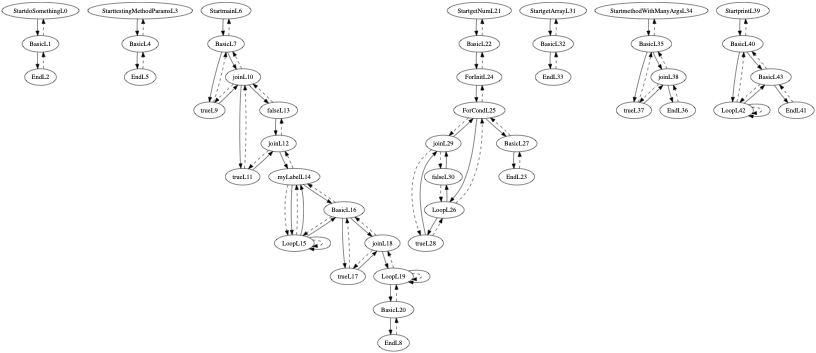
Before: target/classes/cfg.png, a diagram exported from Graphviz (thomassimko/thesis-code-duplication). Its source is kept beside it as target/classes/cfg.gv.
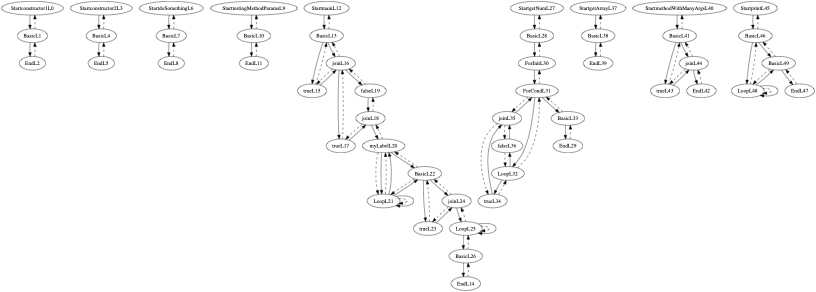
The same file after the commit.

Diff of the diagram source:
```diff
@@ -1,101 +1,109 @@
 digraph G {
 size ="8.5,11";
-StartdoSomethingL0 -> BasicL1
-BasicL1 -> StartdoSomethingL0 [style=dashed]
+Startconstructor1L0 -> BasicL1
+BasicL1 -> Startconstructor1L0 [style=dashed]
 BasicL1 -> EndL2
 EndL2 -> BasicL1 [style=dashed]
-StarttestingMethodParamsL3 -> BasicL4
-BasicL4 -> StarttestingMethodParamsL3 [style=dashed]
+Startconstructor2L3 -> BasicL4
+BasicL4 -> Startconstructor2L3 [style=dashed]
 BasicL4 -> EndL5
 EndL5 -> BasicL4 [style=dashed]
-StartmainL6 -> BasicL7
-BasicL7 -> StartmainL6 [style=dashed]
-BasicL7 -> trueL9
-trueL9 -> BasicL7 [style=dashed]
-trueL9 -> joinL10
-joinL10 -> trueL9 [style=dashed]
-joinL10 -> BasicL7 [style=dashed]
-joinL10 -> trueL11
-trueL11 -> joinL10 [style=dashed]
-trueL11 -> joinL12
-joinL12 -> trueL11 [style=dashed]
-joinL12 -> falseL13 [style=dashed]
-joinL12 -> myLabelL14
-myLabelL14 -> joinL12 [style=dashed]
-myLabelL14 -> LoopL15 [style=dashed]
-myLabelL14 -> LoopL15
-LoopL15 -> myLabelL14 [style=dashed]
-LoopL15 -> LoopL15 [style=dashed]
-LoopL15 -> myLabelL14
-LoopL15 -> LoopL15
-LoopL15 -> BasicL16
-BasicL16 -> myLabelL14 [style=dashed]
-BasicL16 -> LoopL15 [style=dashed]
-BasicL16 -> trueL17
-trueL17 -> BasicL16 [style=dashed]
+StartdoSomethingL6 -> BasicL7
+BasicL7 -> StartdoSomethingL6 [style=dashed]
+BasicL7 -> EndL8
+EndL8 -> BasicL7 [style=dashed]
+StarttestingMethodParamsL9 -> BasicL10
+BasicL10 -> StarttestingMethodParamsL9 [style=dashed]
+BasicL10 -> EndL11
+EndL11 -> BasicL10 [style=dashed]
+StartmainL12 -> BasicL13
+BasicL13 -> StartmainL12 [style=dashed]
+BasicL13 -> trueL15
+trueL15 -> BasicL13 [style=dashed]
+trueL15 -> joinL16
+joinL16 -> trueL15 [style=dashed]
+joinL16 -> BasicL13 [style=dashed]
+joinL16 -> trueL17
+trueL17 -> joinL16 [style=dashed]
 trueL17 -> joinL18
 joinL18 -> trueL17 [style=dashed]
-joinL18 -> BasicL16 [style=dashed]
-joinL18 -> LoopL19
-LoopL19 -> joinL18 [style=dashed]
-LoopL19 -> LoopL19 [style=dashed]
-LoopL19 -> BasicL20
-BasicL20 -> LoopL19 [style=dashed]
-BasicL20 -> EndL8
-EndL8 -> BasicL20 [style=dashed]
-LoopL19 -> LoopL19
-BasicL16 -> joinL18
-myLabelL14 -> BasicL16
-joinL10 -> falseL13
-falseL13 -> joinL10 [style=dashed]
-falseL13 -> joinL12
-BasicL7 -> joinL10
-StartgetNumL21 -> BasicL22
-BasicL22 -> StartgetNumL21 [style=dashed]
-BasicL22 -> ForInitL24
-ForInitL24 -> BasicL22 [style=dashed]
-ForInitL24 -> ForCondL25
-ForCondL25 -> ForInitL24 [style=dashed]
-ForCondL25 -> joinL29 [style=dashed]
-ForCondL25 -> LoopL26
-LoopL26 -> ForCondL25 [style=dashed]
-LoopL26 -> trueL28
-trueL28 -> LoopL26 [style=dashed]
-trueL28 -> joinL29
-joinL29 -> trueL28 [style=dashed]
-joinL29 -> falseL30 [style=dashed]
-joinL29 -> ForCondL25
-LoopL26 -> falseL30
-falseL30 -> LoopL26 [style=dashed]
-falseL30 -> joinL29
-ForCondL25 -> BasicL27
-BasicL27 -> ForCondL25 [style=dashed]
-BasicL27 -> EndL23
-EndL23 -> BasicL27 [style=dashed]
-StartgetArrayL31 -> BasicL32
-BasicL32 -> StartgetArrayL31 [style=dashed]
-BasicL32 -> EndL33
-EndL33 -> BasicL32 [style=dashed]
-StartmethodWithManyArgsL34 -> BasicL35
-BasicL35 -> StartmethodWithManyArgsL34 [style=dashed]
-BasicL35 -> trueL37
-trueL37 -> BasicL35 [style=dashed]
-trueL37 -> joinL38
-joinL38 -> trueL37 [style=dashed]
-joinL38 -> BasicL35 [style=dashed]
-joinL38 -> EndL36
-EndL36 -> joinL38 [style=dashed]
-BasicL35 -> joinL38
-StartprintL39 -> BasicL40
-BasicL40 -> StartprintL39 [style=dashed]
-BasicL40 -> LoopL42
-LoopL42 -> BasicL40 [style=dashed]
-LoopL42 -> LoopL42 [style=dashed]
-LoopL42 -> LoopL42
-LoopL42 -> BasicL43
-BasicL43 -> BasicL40 [style=dashed]
-BasicL43 -> LoopL42 [style=dashed]
-BasicL43 -> EndL41
-EndL41 -> BasicL43 [style=dashed]
-BasicL40 -> BasicL43
+joinL18 -> falseL19 [style=dashed]
+joinL18 -> myLabelL20
+myLabelL20 -> joinL18 [style=dashed]
+myLabelL20 -> LoopL21 [style=dashed]
+myLabelL20 -> LoopL21
+LoopL21 -> myLabelL20 [style=dashed]
+LoopL21 -> LoopL21 [style=dashed]
+LoopL21 -> myLabelL20
+LoopL21 -> LoopL21
+LoopL21 -> BasicL22
+BasicL22 -> myLabelL20 [style=dashed]
+BasicL22 -> LoopL21 [style=dashed]
+BasicL22 -> trueL23
+trueL23 -> BasicL22 [style=dashed]
+trueL23 -> joinL24
+joinL24 -> trueL23 [style=dashed]
+joinL24 -> BasicL22 [style=dashed]
+joinL24 -> LoopL25
+LoopL25 -> joinL24 [style=dashed]
+LoopL25 -> LoopL25 [style=dashed]
+LoopL25 -> BasicL26
+BasicL26 -> LoopL25 [style=dashed]
+BasicL26 -> EndL14
+EndL14 -> BasicL26 [style=dashed]
+LoopL25 -> LoopL25
+BasicL22 -> joinL24
+myLabelL20 -> BasicL22
+joinL16 -> falseL19
+falseL19 -> joinL16 [style=dashed]
+falseL19 -> joinL18
+BasicL13 -> joinL16
+StartgetNumL27 -> BasicL28
+BasicL28 -> StartgetNumL27 [style=dashed]
+BasicL28 -> ForInitL30
+ForInitL30 -> BasicL28 [style=dashed]
+ForInitL30 -> ForCondL31
+ForCondL31 -> ForInitL30 [style=dashed]
+ForCondL31 -> joinL35 [style=dashed]
+ForCondL31 -> LoopL32
+LoopL32 -> ForCondL31 [style=dashed]
+LoopL32 -> trueL34
+trueL34 -> LoopL32 [style=dashed]
+trueL34 -> joinL35
+joinL35 -> trueL34 [style=dashed]
+joinL35 -> falseL36 [style=dashed]
+joinL35 -> ForCondL31
+LoopL32 -> falseL36
+falseL36 -> LoopL32 [style=dashed]
+falseL36 -> joinL35
+ForCondL31 -> BasicL33
+BasicL33 -> ForCondL31 [style=dashed]
+BasicL33 -> EndL29
+EndL29 -> BasicL33 [style=dashed]
+StartgetArrayL37 -> BasicL38
+BasicL38 -> StartgetArrayL37 [style=dashed]
+BasicL38 -> EndL39
+EndL39 -> BasicL38 [style=dashed]
+StartmethodWithManyArgsL40 -> BasicL41
+BasicL41 -> StartmethodWithManyArgsL40 [style=dashed]
+BasicL41 -> trueL43
+trueL43 -> BasicL41 [style=dashed]
+trueL43 -> joinL44
+joinL44 -> trueL43 [style=dashed]
+joinL44 -> BasicL41 [style=dashed]
+joinL44 -> EndL42
+EndL42 -> joinL44 [style=dashed]
+BasicL41 -> joinL44
+StartprintL45 -> BasicL46
+BasicL46 -> StartprintL45 [style=dashed]
+BasicL46 -> LoopL48
+LoopL48 -> BasicL46 [style=dashed]
+LoopL48 -> LoopL48 [style=dashed]
+LoopL48 -> LoopL48
+LoopL48 -> BasicL49
+BasicL49 -> BasicL46 [style=dashed]
+BasicL49 -> LoopL48 [style=dashed]
+BasicL49 -> EndL47
+EndL47 -> BasicL49 [style=dashed]
+BasicL46 -> BasicL49
 }
```
